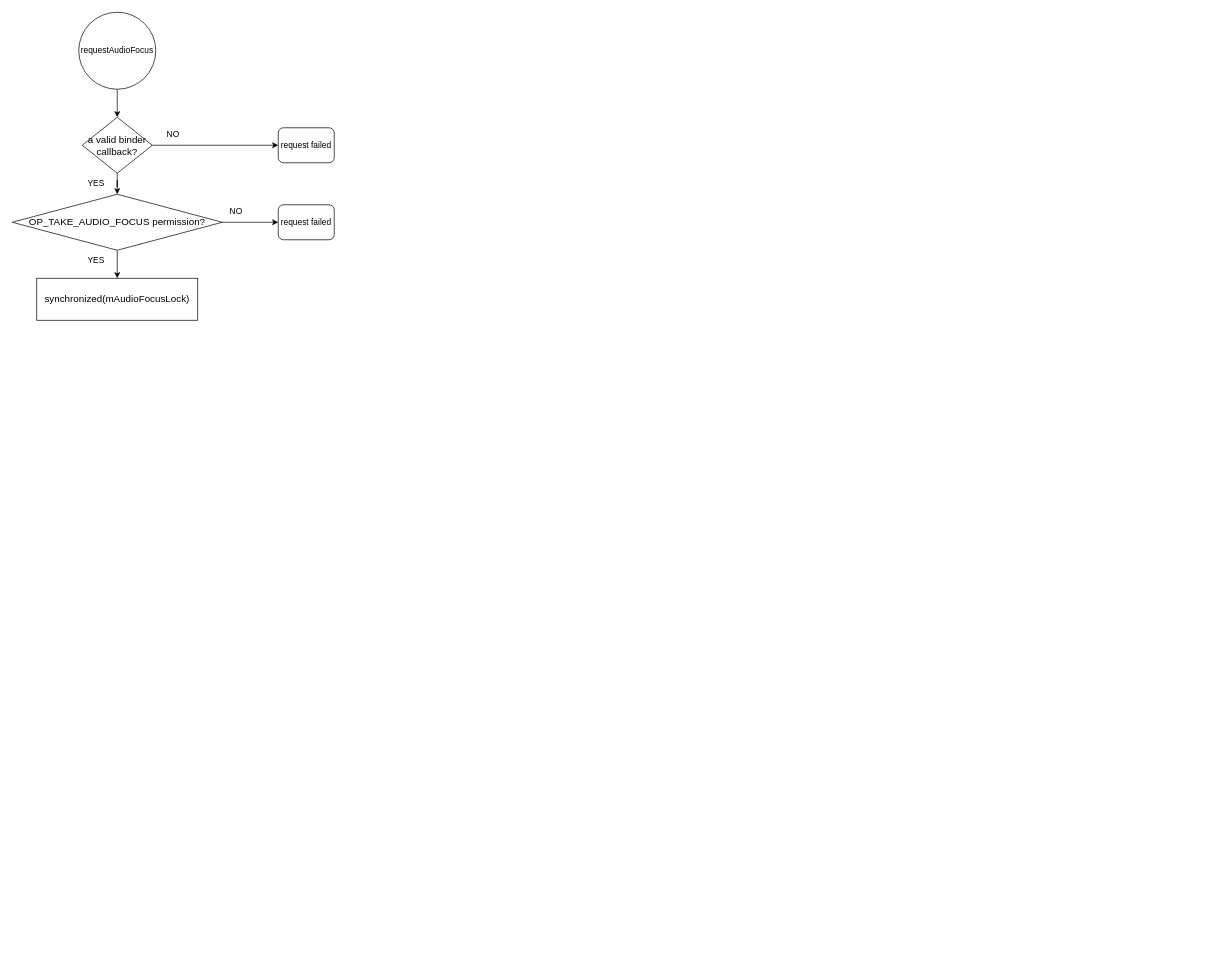
KingMing2017/Android-Common-Lib keeps this draw.io diagram as requestAudioFocus.drawio. Above is the earlier version. Source tidied: cells renumbered, new cells numbered last; positions are measured from the earlier drawing's top-left corner, leaving out a move shared by most shapes. Both pictures are drawn from the tidied source at 70%, with x=0, y=0 at pixel (12, 12).
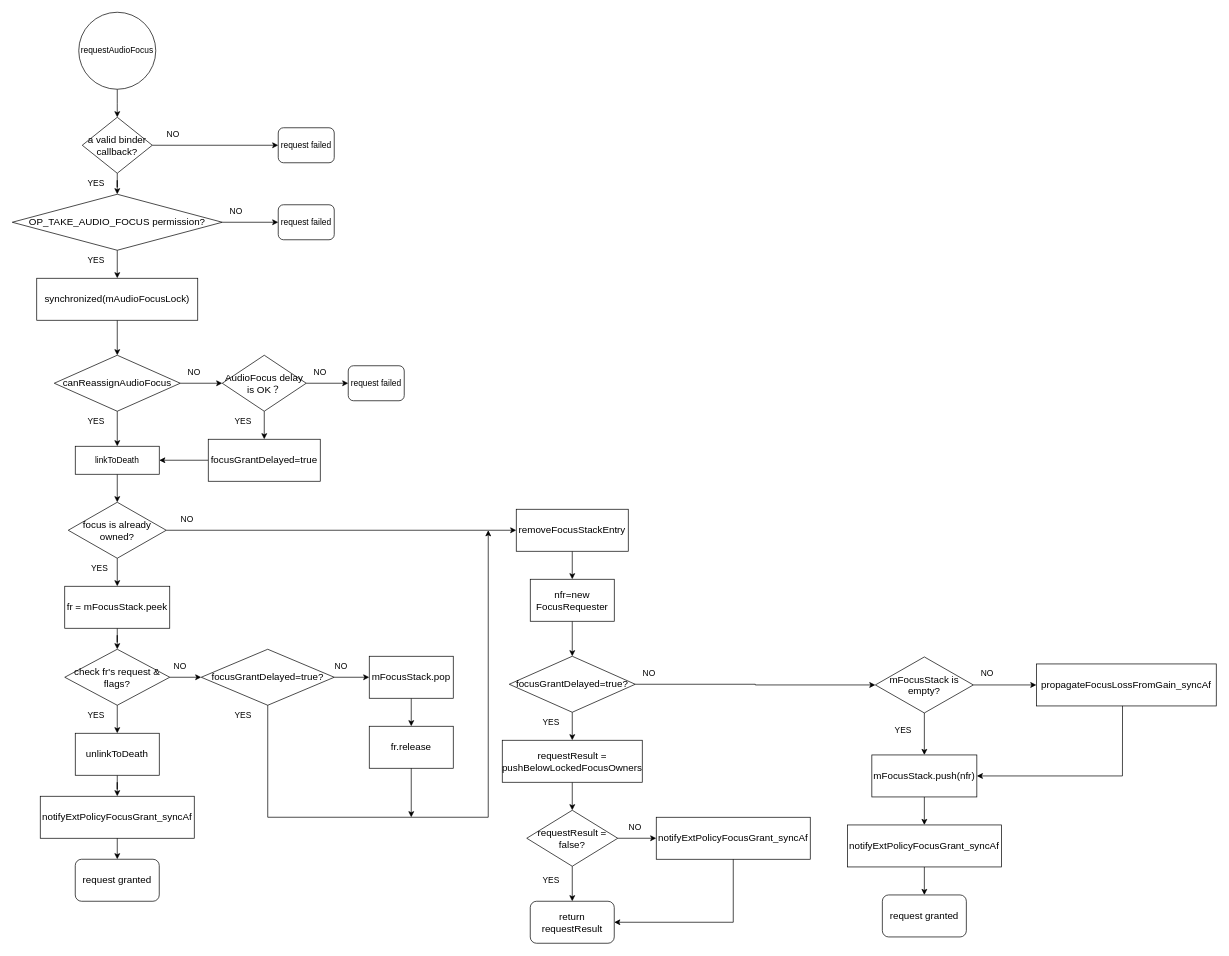
After the change.

The change refers to these unchanged cells:
```xml
<mxCell id="15" value="&lt;span style=&quot;font-size: 14px&quot;&gt;synchronized(mAudioFocusLock)&lt;/span&gt;" style="whiteSpace=wrap;html=1;" parent="1" vertex="1">
  <mxGeometry x="35" y="380" width="230" height="60" as="geometry" />
</mxCell>
```

Diff of the diagram source:
```diff
@@
+    <mxCell id="17" style="edgeStyle=orthogonalEdgeStyle;rounded=0;jettySize=auto;html=1;" parent="1" edge="1" source="15" target="20">
+      <mxGeometry relative="1" as="geometry" />
+    </mxCell>
@@
+    <mxCell id="18" style="edgeStyle=orthogonalEdgeStyle;rounded=0;jettySize=auto;html=1;" parent="1" edge="1" source="20" target="22">
+      <mxGeometry relative="1" as="geometry" />
+    </mxCell>
+    <mxCell id="19" style="edgeStyle=orthogonalEdgeStyle;rounded=0;jettySize=auto;html=1;" parent="1" edge="1" source="20" target="25">
+      <mxGeometry relative="1" as="geometry" />
+    </mxCell>
+    <mxCell id="20" value="&lt;span style=&quot;font-size: 14px&quot;&gt;canReassignAudioFocus&lt;/span&gt;" style="rhombus;whiteSpace=wrap;html=1;" parent="1" vertex="1">
+      <mxGeometry x="60" y="490" width="180" height="80" as="geometry" />
+    </mxCell>
+    <mxCell id="21" style="edgeStyle=orthogonalEdgeStyle;rounded=0;jettySize=auto;html=1;" parent="1" edge="1" source="22" target="46">
+      <mxGeometry relative="1" as="geometry" />
+    </mxCell>
+    <mxCell id="22" value="&lt;span style=&quot;font-size: 14px&quot;&gt;AudioFocus delay is OK？&lt;/span&gt;" style="rhombus;whiteSpace=wrap;html=1;" parent="1" vertex="1">
+      <mxGeometry x="300" y="490" width="120" height="80" as="geometry" />
+    </mxCell>
+    <mxCell id="23" value="NO" style="text;html=1;strokeColor=none;fillColor=none;align=center;verticalAlign=middle;whiteSpace=wrap;rounded=0;" parent="1" vertex="1">
+      <mxGeometry x="230" y="500" width="60" height="30" as="geometry" />
+    </mxCell>
+    <mxCell id="24" style="edgeStyle=orthogonalEdgeStyle;rounded=0;jettySize=auto;html=1;" parent="1" edge="1" source="25" target="29">
+      <mxGeometry relative="1" as="geometry" />
+    </mxCell>
+    <mxCell id="25" value="linkToDeath" style="whiteSpace=wrap;html=1;" parent="1" vertex="1">
+      <mxGeometry x="90" y="620" width="120" height="40" as="geometry" />
+    </mxCell>
+    <mxCell id="26" value="YES" style="text;html=1;strokeColor=none;fillColor=none;align=center;verticalAlign=middle;whiteSpace=wrap;rounded=0;" parent="1" vertex="1">
+      <mxGeometry x="90" y="570" width="60" height="30" as="geometry" />
+    </mxCell>
+    <mxCell id="27" style="edgeStyle=orthogonalEdgeStyle;rounded=0;jettySize=auto;html=1;" parent="1" edge="1" source="29" target="31">
+      <mxGeometry relative="1" as="geometry" />
+    </mxCell>
+    <mxCell id="28" style="edgeStyle=orthogonalEdgeStyle;rounded=0;jettySize=auto;html=1;" parent="1" edge="1" source="29" target="49">
+      <mxGeometry relative="1" as="geometry" />
+    </mxCell>
+    <mxCell id="29" value="&lt;span style=&quot;font-size: 14px&quot;&gt;focus is already owned?&lt;/span&gt;" style="rhombus;whiteSpace=wrap;html=1;" parent="1" vertex="1">
+      <mxGeometry x="80" y="700" width="140" height="80" as="geometry" />
+    </mxCell>
+    <mxCell id="30" style="edgeStyle=orthogonalEdgeStyle;rounded=0;jettySize=auto;html=1;" parent="1" edge="1" source="31" target="35">
+      <mxGeometry relative="1" as="geometry" />
+    </mxCell>
+    <mxCell id="31" value="&lt;span style=&quot;font-size: 14px&quot;&gt;fr = mFocusStack.peek&lt;/span&gt;" style="whiteSpace=wrap;html=1;" parent="1" vertex="1">
+      <mxGeometry x="75" y="820" width="150" height="60" as="geometry" />
+    </mxCell>
+    <mxCell id="32" value="YES" style="text;html=1;strokeColor=none;fillColor=none;align=center;verticalAlign=middle;whiteSpace=wrap;rounded=0;" parent="1" vertex="1">
+      <mxGeometry x="95" y="780" width="60" height="30" as="geometry" />
+    </mxCell>
+    <mxCell id="33" style="edgeStyle=orthogonalEdgeStyle;rounded=0;jettySize=auto;html=1;" parent="1" edge="1" source="35" target="37">
+      <mxGeometry relative="1" as="geometry" />
+    </mxCell>
+    <mxCell id="34" style="edgeStyle=orthogonalEdgeStyle;rounded=0;jettySize=auto;html=1;" parent="1" edge="1" source="35" target="81">
+      <mxGeometry relative="1" as="geometry" />
+    </mxCell>
+    <mxCell id="35" value="&lt;span style=&quot;font-size: 14px&quot;&gt;check fr's request &amp;amp; flags?&lt;/span&gt;" style="rhombus;whiteSpace=wrap;html=1;" parent="1" vertex="1">
+      <mxGeometry x="75" y="910" width="150" height="80" as="geometry" />
+    </mxCell>
+    <mxCell id="36" style="edgeStyle=orthogonalEdgeStyle;rounded=0;jettySize=auto;html=1;" parent="1" edge="1" source="37" target="39">
+      <mxGeometry relative="1" as="geometry" />
+    </mxCell>
+    <mxCell id="37" value="&lt;span style=&quot;font-size: 14px&quot;&gt;unlinkToDeath&lt;/span&gt;" style="whiteSpace=wrap;html=1;" parent="1" vertex="1">
+      <mxGeometry x="90" y="1030" width="120" height="60" as="geometry" />
+    </mxCell>
+    <mxCell id="38" value="YES" style="text;html=1;strokeColor=none;fillColor=none;align=center;verticalAlign=middle;whiteSpace=wrap;rounded=0;" parent="1" vertex="1">
+      <mxGeometry x="90" y="990" width="60" height="30" as="geometry" />
+    </mxCell>
+    <mxCell id="39" value="&lt;span style=&quot;font-size: 14px&quot;&gt;notifyExtPolicyFocusGrant_syncAf&lt;/span&gt;" style="whiteSpace=wrap;html=1;" parent="1" vertex="1">
+      <mxGeometry x="40" y="1120" width="220" height="60" as="geometry" />
+    </mxCell>
+    <mxCell id="40" value="&lt;span style=&quot;font-size: 14px&quot;&gt;request granted&lt;/span&gt;" style="rounded=1;whiteSpace=wrap;html=1;" parent="1" vertex="1">
+      <mxGeometry x="90" y="1210" width="120" height="60" as="geometry" />
+    </mxCell>
+    <mxCell id="41" style="endArrow=classic;html=1;rounded=0;exitX=0.5;exitY=1;exitDx=0;exitDy=0;" parent="1" edge="1" source="39" target="40">
+      <mxGeometry relative="1" as="geometry" />
+    </mxCell>
+    <mxCell id="42" value="request failed" style="rounded=1;whiteSpace=wrap;html=1;" parent="1" vertex="1">
+      <mxGeometry x="480" y="505" width="80" height="50" as="geometry" />
+    </mxCell>
+    <mxCell id="43" style="endArrow=classic;html=1;rounded=0;entryX=0;entryY=0.5;entryDx=0;entryDy=0;" parent="1" edge="1" target="42">
+      <mxGeometry relative="1" as="geometry">
+        <mxPoint x="420" y="530" as="sourcePoint" />
+      </mxGeometry>
+    </mxCell>
+    <mxCell id="44" value="NO" style="text;html=1;strokeColor=none;fillColor=none;align=center;verticalAlign=middle;whiteSpace=wrap;rounded=0;" parent="1" vertex="1">
+      <mxGeometry x="410" y="500" width="60" height="30" as="geometry" />
+    </mxCell>
+    <mxCell id="45" style="edgeStyle=orthogonalEdgeStyle;rounded=0;jettySize=auto;html=1;" parent="1" edge="1" source="46" target="25">
+      <mxGeometry relative="1" as="geometry" />
+    </mxCell>
+    <mxCell id="46" value="&lt;span style=&quot;font-size: 14px&quot;&gt;focusGrantDelayed=true&lt;/span&gt;" style="whiteSpace=wrap;html=1;" parent="1" vertex="1">
+      <mxGeometry x="280" y="610" width="160" height="60" as="geometry" />
+    </mxCell>
+    <mxCell id="47" value="YES" style="text;html=1;strokeColor=none;fillColor=none;align=center;verticalAlign=middle;whiteSpace=wrap;rounded=0;" parent="1" vertex="1">
+      <mxGeometry x="300" y="570" width="60" height="30" as="geometry" />
+    </mxCell>
+    <mxCell id="48" style="edgeStyle=orthogonalEdgeStyle;rounded=0;jettySize=auto;html=1;" parent="1" edge="1" source="49" target="52">
+      <mxGeometry relative="1" as="geometry" />
+    </mxCell>
+    <mxCell id="49" value="&lt;span style=&quot;font-size: 14px&quot;&gt;removeFocusStackEntry&lt;/span&gt;" style="whiteSpace=wrap;html=1;" parent="1" vertex="1">
+      <mxGeometry x="720" y="710" width="160" height="60" as="geometry" />
+    </mxCell>
+    <mxCell id="50" value="NO" style="text;html=1;strokeColor=none;fillColor=none;align=center;verticalAlign=middle;whiteSpace=wrap;rounded=0;" parent="1" vertex="1">
+      <mxGeometry x="220" y="710" width="60" height="30" as="geometry" />
+    </mxCell>
+    <mxCell id="51" style="edgeStyle=orthogonalEdgeStyle;rounded=0;jettySize=auto;html=1;" parent="1" edge="1" source="52" target="55">
+      <mxGeometry relative="1" as="geometry" />
+    </mxCell>
+    <mxCell id="52" value="&lt;span style=&quot;font-size: 14px&quot;&gt;nfr=new FocusRequester&lt;/span&gt;" style="whiteSpace=wrap;html=1;" parent="1" vertex="1">
+      <mxGeometry x="740" y="810" width="120" height="60" as="geometry" />
+    </mxCell>
+    <mxCell id="53" style="edgeStyle=orthogonalEdgeStyle;rounded=0;jettySize=auto;html=1;" parent="1" edge="1" source="55" target="58">
+      <mxGeometry relative="1" as="geometry" />
+    </mxCell>
+    <mxCell id="54" style="edgeStyle=orthogonalEdgeStyle;rounded=0;jettySize=auto;html=1;" parent="1" edge="1" source="55" target="67">
+      <mxGeometry relative="1" as="geometry" />
+    </mxCell>
+    <mxCell id="55" value="&lt;span style=&quot;font-size: 14px&quot;&gt;focusGrantDelayed=true?&lt;/span&gt;" style="rhombus;whiteSpace=wrap;html=1;" parent="1" vertex="1">
+      <mxGeometry x="710" y="920" width="180" height="80" as="geometry" />
+    </mxCell>
+    <mxCell id="56" style="edgeStyle=orthogonalEdgeStyle;rounded=0;jettySize=auto;html=1;" parent="1" edge="1" source="58" target="61">
+      <mxGeometry relative="1" as="geometry" />
+    </mxCell>
+    <mxCell id="57" style="edgeStyle=orthogonalEdgeStyle;rounded=0;jettySize=auto;html=1;" parent="1" edge="1" source="58" target="77">
+      <mxGeometry relative="1" as="geometry" />
+    </mxCell>
+    <mxCell id="58" value="&lt;span style=&quot;font-size: 14px&quot;&gt;mFocusStack is empty?&lt;/span&gt;" style="rhombus;whiteSpace=wrap;html=1;" parent="1" vertex="1">
+      <mxGeometry x="1233" y="921" width="140" height="80" as="geometry" />
+    </mxCell>
+    <mxCell id="59" value="NO" style="text;html=1;strokeColor=none;fillColor=none;align=center;verticalAlign=middle;whiteSpace=wrap;rounded=0;" parent="1" vertex="1">
+      <mxGeometry x="880" y="930" width="60" height="30" as="geometry" />
+    </mxCell>
+    <mxCell id="60" style="edgeStyle=orthogonalEdgeStyle;rounded=0;jettySize=auto;html=1;" parent="1" edge="1" source="61" target="63">
+      <mxGeometry relative="1" as="geometry" />
+    </mxCell>
+    <mxCell id="61" value="&lt;span style=&quot;font-size: 14px&quot;&gt;mFocusStack.push(nfr)&lt;/span&gt;" style="whiteSpace=wrap;html=1;" parent="1" vertex="1">
+      <mxGeometry x="1228" y="1061" width="150" height="60" as="geometry" />
+    </mxCell>
+    <mxCell id="62" style="edgeStyle=orthogonalEdgeStyle;rounded=0;jettySize=auto;html=1;" parent="1" edge="1" source="63" target="64">
+      <mxGeometry relative="1" as="geometry" />
+    </mxCell>
+    <mxCell id="63" value="&lt;span style=&quot;font-size: 14px&quot;&gt;notifyExtPolicyFocusGrant_syncAf&lt;/span&gt;" style="whiteSpace=wrap;html=1;" parent="1" vertex="1">
+      <mxGeometry x="1193" y="1161" width="220" height="60" as="geometry" />
+    </mxCell>
+    <mxCell id="64" value="&lt;span style=&quot;font-size: 14px&quot;&gt;request granted&lt;/span&gt;" style="rounded=1;whiteSpace=wrap;html=1;" parent="1" vertex="1">
+      <mxGeometry x="1243" y="1261" width="120" height="60" as="geometry" />
+    </mxCell>
+    <mxCell id="65" value="YES" style="text;html=1;strokeColor=none;fillColor=none;align=center;verticalAlign=middle;whiteSpace=wrap;rounded=0;" parent="1" vertex="1">
+      <mxGeometry x="1243" y="1011" width="60" height="30" as="geometry" />
+    </mxCell>
+    <mxCell id="66" style="edgeStyle=orthogonalEdgeStyle;rounded=0;jettySize=auto;html=1;" parent="1" edge="1" source="67" target="70">
+      <mxGeometry relative="1" as="geometry" />
+    </mxCell>
+    <mxCell id="67" value="&lt;span style=&quot;font-size: 14px&quot;&gt;requestResult = pushBelowLockedFocusOwners&lt;/span&gt;" style="whiteSpace=wrap;html=1;" parent="1" vertex="1">
+      <mxGeometry x="700" y="1040" width="200" height="60" as="geometry" />
+    </mxCell>
+    <mxCell id="68" style="edgeStyle=orthogonalEdgeStyle;rounded=0;jettySize=auto;html=1;" parent="1" edge="1" source="70" target="71">
+      <mxGeometry relative="1" as="geometry" />
+    </mxCell>
+    <mxCell id="69" style="edgeStyle=orthogonalEdgeStyle;rounded=0;jettySize=auto;html=1;" parent="1" edge="1" source="70" target="74">
+      <mxGeometry relative="1" as="geometry" />
+    </mxCell>
+    <mxCell id="70" value="&lt;span style=&quot;font-size: 14px&quot;&gt;requestResult = false?&lt;/span&gt;" style="rhombus;whiteSpace=wrap;html=1;" parent="1" vertex="1">
+      <mxGeometry x="735" y="1140" width="130" height="80" as="geometry" />
+    </mxCell>
+    <mxCell id="71" value="&lt;span style=&quot;font-size: 14px&quot;&gt;return requestResult&lt;/span&gt;" style="rounded=1;whiteSpace=wrap;html=1;" parent="1" vertex="1">
+      <mxGeometry x="740" y="1270" width="120" height="60" as="geometry" />
+    </mxCell>
+    <mxCell id="72" value="YES" style="text;html=1;strokeColor=none;fillColor=none;align=center;verticalAlign=middle;whiteSpace=wrap;rounded=0;" parent="1" vertex="1">
+      <mxGeometry x="740" y="1000" width="60" height="30" as="geometry" />
+    </mxCell>
+    <mxCell id="73" value="YES" style="text;html=1;strokeColor=none;fillColor=none;align=center;verticalAlign=middle;whiteSpace=wrap;rounded=0;" parent="1" vertex="1">
+      <mxGeometry x="740" y="1225" width="60" height="30" as="geometry" />
+    </mxCell>
+    <mxCell id="74" value="&lt;span style=&quot;font-size: 14px&quot;&gt;notifyExtPolicyFocusGrant_syncAf&lt;/span&gt;" style="whiteSpace=wrap;html=1;" parent="1" vertex="1">
+      <mxGeometry x="920" y="1150" width="220" height="60" as="geometry" />
+    </mxCell>
+    <mxCell id="75" value="NO" style="text;html=1;strokeColor=none;fillColor=none;align=center;verticalAlign=middle;whiteSpace=wrap;rounded=0;" parent="1" vertex="1">
+      <mxGeometry x="860" y="1150" width="60" height="30" as="geometry" />
+    </mxCell>
+    <mxCell id="76" style="endArrow=classic;html=1;rounded=0;exitX=0.5;exitY=1;exitDx=0;exitDy=0;entryX=1;entryY=0.5;entryDx=0;entryDy=0;" parent="1" edge="1" source="74" target="71">
+      <mxGeometry relative="1" as="geometry">
+        <Array as="points">
+          <mxPoint x="1030" y="1300" />
+        </Array>
+      </mxGeometry>
+    </mxCell>
+    <mxCell id="77" value="&lt;span style=&quot;font-size: 14px&quot;&gt;propagateFocusLossFromGain_syncAf&lt;/span&gt;" style="whiteSpace=wrap;html=1;" parent="1" vertex="1">
+      <mxGeometry x="1463" y="931" width="257" height="60" as="geometry" />
+    </mxCell>
+    <mxCell id="78" style="endArrow=classic;html=1;rounded=0;exitX=0.479;exitY=1;exitDx=0;exitDy=0;exitPerimeter=0;entryX=1;entryY=0.5;entryDx=0;entryDy=0;" parent="1" edge="1" source="77" target="61">
+      <mxGeometry relative="1" as="geometry">
+        <Array as="points">
+          <mxPoint x="1586" y="1091" />
+        </Array>
+      </mxGeometry>
+    </mxCell>
+    <mxCell id="79" value="NO" style="text;html=1;strokeColor=none;fillColor=none;align=center;verticalAlign=middle;whiteSpace=wrap;rounded=0;" parent="1" vertex="1">
+      <mxGeometry x="1363" y="930" width="60" height="30" as="geometry" />
+    </mxCell>
+    <mxCell id="80" style="edgeStyle=orthogonalEdgeStyle;rounded=0;jettySize=auto;html=1;" parent="1" edge="1" source="81" target="84">
+      <mxGeometry relative="1" as="geometry" />
+    </mxCell>
+    <mxCell id="81" value="&lt;span style=&quot;font-size: 14px&quot;&gt;focusGrantDelayed=true?&lt;/span&gt;" style="rhombus;whiteSpace=wrap;html=1;" parent="1" vertex="1">
+      <mxGeometry x="270" y="910" width="190" height="80" as="geometry" />
+    </mxCell>
+    <mxCell id="82" value="NO" style="text;html=1;strokeColor=none;fillColor=none;align=center;verticalAlign=middle;whiteSpace=wrap;rounded=0;" parent="1" vertex="1">
+      <mxGeometry x="210" y="920" width="60" height="30" as="geometry" />
+    </mxCell>
+    <mxCell id="83" style="edgeStyle=orthogonalEdgeStyle;rounded=0;jettySize=auto;html=1;" parent="1" edge="1" source="84" target="86">
+      <mxGeometry relative="1" as="geometry" />
+    </mxCell>
+    <mxCell id="84" value="&lt;span style=&quot;font-size: 14px&quot;&gt;mFocusStack.pop&lt;/span&gt;" style="whiteSpace=wrap;html=1;" parent="1" vertex="1">
+      <mxGeometry x="510" y="920" width="120" height="60" as="geometry" />
+    </mxCell>
+    <mxCell id="85" value="NO" style="text;html=1;strokeColor=none;fillColor=none;align=center;verticalAlign=middle;whiteSpace=wrap;rounded=0;" parent="1" vertex="1">
+      <mxGeometry x="440" y="920" width="60" height="30" as="geometry" />
+    </mxCell>
+    <mxCell id="86" value="&lt;span style=&quot;font-size: 14px&quot;&gt;fr.release&lt;/span&gt;" style="whiteSpace=wrap;html=1;" parent="1" vertex="1">
+      <mxGeometry x="510" y="1020" width="120" height="60" as="geometry" />
+    </mxCell>
+    <mxCell id="87" style="endArrow=classic;html=1;rounded=0;exitX=0.5;exitY=1;exitDx=0;exitDy=0;" parent="1" edge="1" source="81">
+      <mxGeometry relative="1" as="geometry">
+        <mxPoint x="680" y="740" as="targetPoint" />
+        <Array as="points">
+          <mxPoint x="365" y="1150" />
+          <mxPoint x="680" y="1150" />
+        </Array>
+      </mxGeometry>
+    </mxCell>
+    <mxCell id="88" style="endArrow=classic;html=1;rounded=0;exitX=0.5;exitY=1;exitDx=0;exitDy=0;" parent="1" edge="1" source="86">
+      <mxGeometry relative="1" as="geometry">
+        <mxPoint x="570" y="1150" as="targetPoint" />
+      </mxGeometry>
+    </mxCell>
+    <mxCell id="89" value="YES" style="text;html=1;strokeColor=none;fillColor=none;align=center;verticalAlign=middle;whiteSpace=wrap;rounded=0;" parent="1" vertex="1">
+      <mxGeometry x="300" y="990" width="60" height="30" as="geometry" />
+    </mxCell>
```
